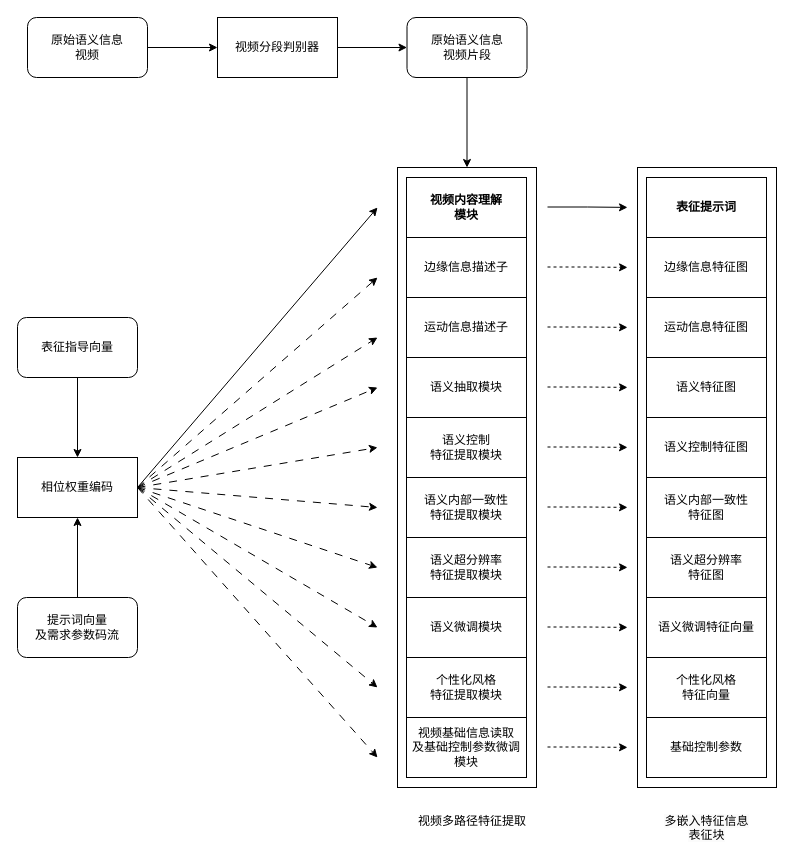
This is 视频提取模块v2.drawio from hrf666666/FlowCharts, a draw.io file, before an edit. Source tidied: cells renumbered, new cells numbered last; positions are measured from the earlier drawing's top-left corner, leaving out a move shared by most shapes. Both pictures are drawn from the tidied source at 100%, with x=0, y=0 at pixel (17, 17).
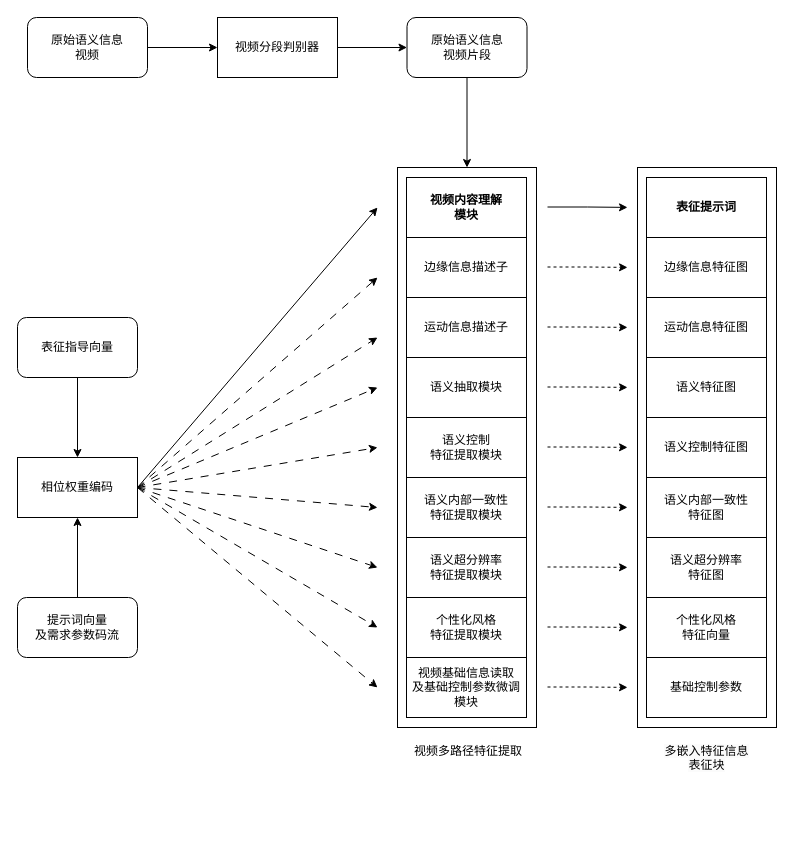
Above is the later version.

Commit message:
更新视频提取模块v2.drawio

The change refers to these unchanged cells:
```xml
<mxCell id="7" value="相位权重编码" style="rounded=0;whiteSpace=wrap;html=1;" parent="1" vertex="1">
  <mxGeometry y="440" width="120" height="60" as="geometry" />
</mxCell>
```

Diff of the diagram source:
```diff
@@
     <mxCell id="8" value="&lt;div style=&quot;text-align: center;&quot;&gt;&lt;span style=&quot;background-color: initial;&quot;&gt;视频多路径特征提取&lt;/span&gt;&lt;/div&gt;" style="text;whiteSpace=wrap;html=1;" parent="1" vertex="1">
-      <mxGeometry x="399" y="790" width="110" height="40" as="geometry" />
+      <mxGeometry x="394.5" y="720" width="110" height="40" as="geometry" />
     </mxCell>
     <mxCell id="9" style="rounded=0;whiteSpace=wrap;html=1;" parent="1" vertex="1">
-      <mxGeometry x="380" y="150" width="139" height="620" as="geometry" />
+      <mxGeometry x="380" y="150" width="139" height="560" as="geometry" />
     </mxCell>
@@
     <mxCell id="16" value="&lt;div&gt;个性化风格&lt;/div&gt;&lt;div&gt;特征提取模块&lt;/div&gt;" style="rounded=0;whiteSpace=wrap;html=1;" parent="1" vertex="1">
-      <mxGeometry x="389" y="640" width="120" height="60" as="geometry" />
+      <mxGeometry x="389" y="580" width="120" height="60" as="geometry" />
     </mxCell>
@@
     <mxCell id="19" value="&lt;div&gt;视频基础信息读取&lt;/div&gt;&lt;div&gt;及基础控制参数微调模块&lt;/div&gt;" style="rounded=0;whiteSpace=wrap;html=1;" parent="1" vertex="1">
-      <mxGeometry x="389" y="700" width="120" height="60" as="geometry" />
+      <mxGeometry x="389" y="640" width="120" height="60" as="geometry" />
     </mxCell>
     <mxCell id="20" value="&lt;span style=&quot;color: rgb(0, 0, 0); font-family: Helvetica; font-size: 12px; font-style: normal; font-variant-ligatures: normal; font-variant-caps: normal; font-weight: 400; letter-spacing: normal; orphans: 2; text-indent: 0px; text-transform: none; widows: 2; word-spacing: 0px; -webkit-text-stroke-width: 0px; white-space: normal; background-color: rgb(251, 251, 251); text-decoration-thickness: initial; text-decoration-style: initial; text-decoration-color: initial; float: none; display: inline !important;&quot;&gt;多嵌入特征信息&lt;/span&gt;&lt;div&gt;&lt;span style=&quot;color: rgb(0, 0, 0); font-family: Helvetica; font-size: 12px; font-style: normal; font-variant-ligatures: normal; font-variant-caps: normal; font-weight: 400; letter-spacing: normal; orphans: 2; text-indent: 0px; text-transform: none; widows: 2; word-spacing: 0px; -webkit-text-stroke-width: 0px; white-space: normal; background-color: rgb(251, 251, 251); text-decoration-thickness: initial; text-decoration-style: initial; text-decoration-color: initial; float: none; display: inline !important;&quot;&gt;表征块&lt;/span&gt;&lt;/div&gt;" style="text;whiteSpace=wrap;html=1;align=center;" parent="1" vertex="1">
-      <mxGeometry x="633.5" y="790" width="111" height="40" as="geometry" />
+      <mxGeometry x="633.5" y="720" width="111" height="40" as="geometry" />
     </mxCell>
@@
-    <mxCell id="37" style="edgeStyle=orthogonalEdgeStyle;rounded=0;orthogonalLoop=1;jettySize=auto;html=1;dashed=1;" parent="1" edge="1">
-      <mxGeometry relative="1" as="geometry">
-        <mxPoint x="530" y="729.5" as="sourcePoint" />
-        <mxPoint x="610" y="729.9" as="targetPoint" />
-        <Array as="points">
-          <mxPoint x="570" y="729.5" />
-          <mxPoint x="570" y="729.5" />
-        </Array>
-      </mxGeometry>
-    </mxCell>
@@
-    <mxCell id="43" value="&lt;div&gt;语义微调模块&lt;/div&gt;" style="rounded=0;whiteSpace=wrap;html=1;" parent="1" vertex="1">
-      <mxGeometry x="389" y="580" width="120" height="60" as="geometry" />
-    </mxCell>
@@
-    <mxCell id="45" style="endArrow=classic;html=1;rounded=0;dashed=1;dashPattern=8 8;exitX=1;exitY=0.5;exitDx=0;exitDy=0;" parent="1" edge="1" source="7">
-      <mxGeometry relative="1" as="geometry">
-        <mxPoint x="360" y="740" as="targetPoint" />
-      </mxGeometry>
-    </mxCell>
     <mxCell id="46" style="rounded=0;whiteSpace=wrap;html=1;" parent="1" vertex="1">
-      <mxGeometry x="620" y="150" width="139" height="620" as="geometry" />
+      <mxGeometry x="620" y="150" width="139" height="560" as="geometry" />
     </mxCell>
@@
     <mxCell id="52" value="&lt;div&gt;个性化风格&lt;/div&gt;&lt;div&gt;特征向量&lt;/div&gt;" style="rounded=0;whiteSpace=wrap;html=1;" parent="1" vertex="1">
-      <mxGeometry x="629" y="640" width="120" height="60" as="geometry" />
+      <mxGeometry x="629" y="580" width="120" height="60" as="geometry" />
     </mxCell>
@@
     <mxCell id="55" value="&lt;div&gt;基础控制参数&lt;/div&gt;" style="rounded=0;whiteSpace=wrap;html=1;" parent="1" vertex="1">
-      <mxGeometry x="629" y="700" width="120" height="60" as="geometry" />
+      <mxGeometry x="629" y="640" width="120" height="60" as="geometry" />
     </mxCell>
-    <mxCell id="56" value="&lt;div&gt;语义微调特征向量&lt;/div&gt;" style="rounded=0;whiteSpace=wrap;html=1;" parent="1" vertex="1">
-      <mxGeometry x="629" y="580" width="120" height="60" as="geometry" />
-    </mxCell>
```
